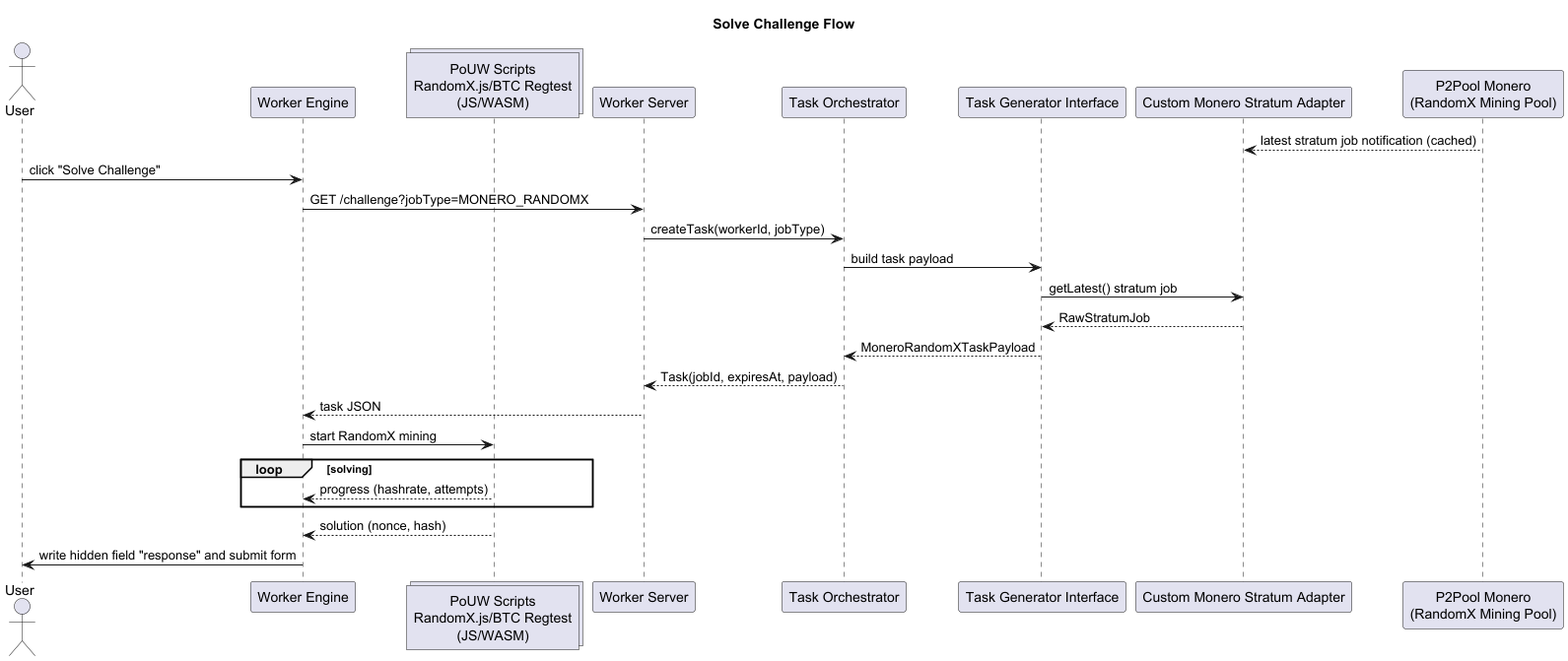
Above: charts/challenge-sequence/solve.png in bors2908/pouwer (PlantUML), before the change. Its diagram source:
```plantuml
@startuml
title Solve Challenge Flow

skinparam shadowing false
skinparam responseMessageBelowArrow true

actor User
participant "Worker Engine" as Worker
collections "PoUW Scripts\nRandomX.js/BTC Regtest\n(JS/WASM)" as Miner

participant "Worker Server" as WorkerServer
participant "Task Orchestrator" as Orchestrator
participant "Task Generator Interface" as TaskIF
participant "Custom Monero Stratum Adapter" as MoneroAdapter
participant "P2Pool Monero\n(RandomX Mining Pool)" as P2Pool

P2Pool --> MoneroAdapter: latest stratum job notification (cached)

User -> Worker: click "Solve Challenge"
Worker -> WorkerServer: GET /challenge?jobType=MONERO_RANDOMX
WorkerServer -> Orchestrator: createTask(workerId, jobType)
Orchestrator -> TaskIF: build task payload
TaskIF -> MoneroAdapter: getLatest() stratum job
MoneroAdapter --> TaskIF: RawStratumJob
TaskIF --> Orchestrator: MoneroRandomXTaskPayload
Orchestrator --> WorkerServer: Task(jobId, expiresAt, payload)
WorkerServer --> Worker: task JSON

Worker -> Miner: start RandomX mining
loop solving
Miner --> Worker: progress (hashrate, attempts)
end
Miner --> Worker: solution (nonce, hash)
Worker -> User: write hidden field "response" and submit form

@enduml
```
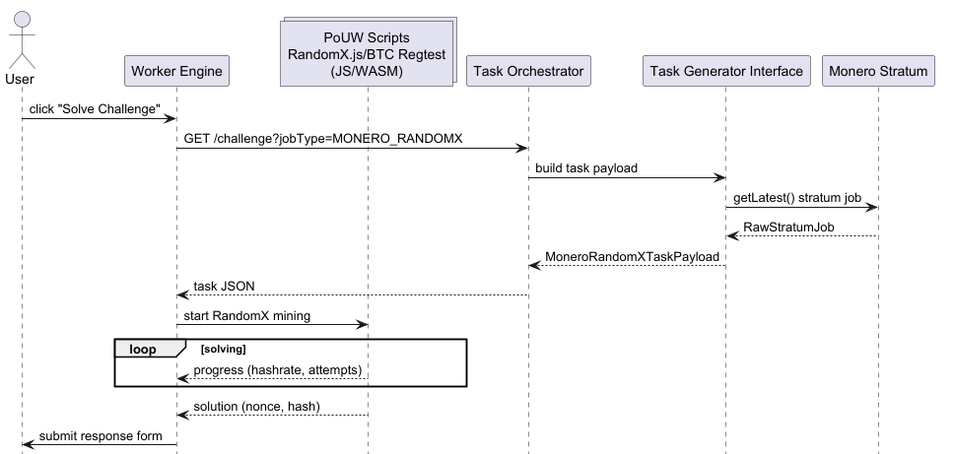
The same diagram one commit later.

The edit, as a diff of the source:
```diff
@@ -8,29 +8,23 @@
 participant "Worker Engine" as Worker
 collections "PoUW Scripts\nRandomX.js/BTC Regtest\n(JS/WASM)" as Miner
 
-participant "Worker Server" as WorkerServer
 participant "Task Orchestrator" as Orchestrator
 participant "Task Generator Interface" as TaskIF
-participant "Custom Monero Stratum Adapter" as MoneroAdapter
-participant "P2Pool Monero\n(RandomX Mining Pool)" as P2Pool
-
-P2Pool --> MoneroAdapter: latest stratum job notification (cached)
+participant "Monero Stratum" as MoneroAdapter
 
 User -> Worker: click "Solve Challenge"
-Worker -> WorkerServer: GET /challenge?jobType=MONERO_RANDOMX
-WorkerServer -> Orchestrator: createTask(workerId, jobType)
+Worker -> Orchestrator: GET /challenge?jobType=MONERO_RANDOMX
 Orchestrator -> TaskIF: build task payload
 TaskIF -> MoneroAdapter: getLatest() stratum job
 MoneroAdapter --> TaskIF: RawStratumJob
 TaskIF --> Orchestrator: MoneroRandomXTaskPayload
-Orchestrator --> WorkerServer: Task(jobId, expiresAt, payload)
-WorkerServer --> Worker: task JSON
+Orchestrator --> Worker: task JSON
 
 Worker -> Miner: start RandomX mining
 loop solving
 Miner --> Worker: progress (hashrate, attempts)
 end
 Miner --> Worker: solution (nonce, hash)
-Worker -> User: write hidden field "response" and submit form
+Worker -> User: submit response form
 
 @enduml
```
